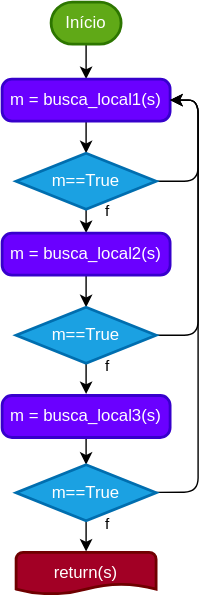
Before: images/VND.drawio.svg, a diagram exported from draw.io (spideryzarc/OCM). Source tidied: cells renumbered, new cells last; positions are measured from the earlier drawing's top-left corner, leaving out a move shared by most shapes. Its diagram source:
```xml
<mxGraphModel>
  <root>
    <mxCell id="0" />
    <mxCell id="1" parent="0" />
    <mxCell id="2" style="edgeStyle=none;html=1;entryX=0.5;entryY=0;entryDx=0;entryDy=0;" parent="1" edge="1" source="3" target="5">
      <mxGeometry relative="1" as="geometry" />
    </mxCell>
    <mxCell id="3" value="Início" style="strokeWidth=2;html=1;shape=mxgraph.flowchart.terminator;whiteSpace=wrap;fillColor=#60a917;fontColor=#ffffff;strokeColor=#2D7600;" parent="1" vertex="1">
      <mxGeometry x="35" width="50" height="30" as="geometry" />
    </mxCell>
    <mxCell id="4" style="edgeStyle=none;html=1;entryX=0.5;entryY=0;entryDx=0;entryDy=0;entryPerimeter=0;" parent="1" edge="1" source="5" target="8">
      <mxGeometry relative="1" as="geometry" />
    </mxCell>
    <mxCell id="5" value="m = busca_local1(s)" style="rounded=1;whiteSpace=wrap;html=1;absoluteArcSize=1;arcSize=14;strokeWidth=2;fillColor=#6a00ff;fontColor=#ffffff;strokeColor=#3700CC;" parent="1" vertex="1">
      <mxGeometry y="55" width="120" height="30" as="geometry" />
    </mxCell>
    <mxCell id="6" value="f" style="edgeStyle=none;html=1;" parent="1" edge="1" source="8" target="11">
      <mxGeometry x="-0.82" y="15" relative="1" as="geometry" />
    </mxCell>
    <mxCell id="7" style="edgeStyle=none;html=1;entryX=1;entryY=0.5;entryDx=0;entryDy=0;" parent="1" edge="1" source="8" target="5">
      <mxGeometry relative="1" as="geometry">
        <Array as="points">
          <mxPoint x="140" y="128" />
          <mxPoint x="140" y="70" />
        </Array>
      </mxGeometry>
    </mxCell>
    <mxCell id="8" value="m==True" style="strokeWidth=2;html=1;shape=mxgraph.flowchart.decision;whiteSpace=wrap;fillColor=#1ba1e2;fontColor=#ffffff;strokeColor=#006EAF;" parent="1" vertex="1">
      <mxGeometry x="10" y="108" width="100" height="40" as="geometry" />
    </mxCell>
    <mxCell id="9" value="return(s)" style="strokeWidth=2;html=1;shape=mxgraph.flowchart.document2;whiteSpace=wrap;size=0.25;fillColor=#a20025;fontColor=#ffffff;strokeColor=#6F0000;" parent="1" vertex="1">
      <mxGeometry x="10" y="393" width="100" height="30" as="geometry" />
    </mxCell>
    <mxCell id="10" style="edgeStyle=none;html=1;entryX=0.5;entryY=0;entryDx=0;entryDy=0;entryPerimeter=0;" parent="1" edge="1" source="11" target="14">
      <mxGeometry relative="1" as="geometry" />
    </mxCell>
    <mxCell id="11" value="m = busca_local2(s)" style="rounded=1;whiteSpace=wrap;html=1;absoluteArcSize=1;arcSize=14;strokeWidth=2;fillColor=#6a00ff;fontColor=#ffffff;strokeColor=#3700CC;" parent="1" vertex="1">
      <mxGeometry y="165" width="120" height="30" as="geometry" />
    </mxCell>
    <mxCell id="12" value="f" style="edgeStyle=none;html=1;" parent="1" edge="1" source="14">
      <mxGeometry x="-0.82" y="15" relative="1" as="geometry">
        <mxPoint x="60" y="280" as="targetPoint" />
      </mxGeometry>
    </mxCell>
    <mxCell id="13" style="edgeStyle=none;html=1;" parent="1" edge="1" source="14">
      <mxGeometry relative="1" as="geometry">
        <mxPoint x="120" y="70" as="targetPoint" />
        <Array as="points">
          <mxPoint x="140" y="238" />
          <mxPoint x="140" y="70" />
        </Array>
      </mxGeometry>
    </mxCell>
    <mxCell id="14" value="m==True" style="strokeWidth=2;html=1;shape=mxgraph.flowchart.decision;whiteSpace=wrap;fillColor=#1ba1e2;fontColor=#ffffff;strokeColor=#006EAF;" parent="1" vertex="1">
      <mxGeometry x="10" y="218" width="100" height="40" as="geometry" />
    </mxCell>
    <mxCell id="15" style="edgeStyle=none;html=1;entryX=0.5;entryY=0;entryDx=0;entryDy=0;entryPerimeter=0;" parent="1" edge="1" source="16" target="19">
      <mxGeometry relative="1" as="geometry" />
    </mxCell>
    <mxCell id="16" value="m = busca_local3(s)" style="rounded=1;whiteSpace=wrap;html=1;absoluteArcSize=1;arcSize=14;strokeWidth=2;fillColor=#6a00ff;fontColor=#ffffff;strokeColor=#3700CC;" parent="1" vertex="1">
      <mxGeometry y="281" width="120" height="30" as="geometry" />
    </mxCell>
    <mxCell id="17" value="f" style="edgeStyle=none;html=1;" parent="1" edge="1" source="19">
      <mxGeometry x="-0.82" y="15" relative="1" as="geometry">
        <mxPoint x="60" y="392.5" as="targetPoint" />
      </mxGeometry>
    </mxCell>
    <mxCell id="18" style="edgeStyle=none;html=1;entryX=1;entryY=0.5;entryDx=0;entryDy=0;" parent="1" edge="1" source="19" target="5">
      <mxGeometry relative="1" as="geometry">
        <Array as="points">
          <mxPoint x="140" y="350" />
          <mxPoint x="140" y="70" />
        </Array>
      </mxGeometry>
    </mxCell>
    <mxCell id="19" value="m==True" style="strokeWidth=2;html=1;shape=mxgraph.flowchart.decision;whiteSpace=wrap;fillColor=#1ba1e2;fontColor=#ffffff;strokeColor=#006EAF;" parent="1" vertex="1">
      <mxGeometry x="10" y="330.5" width="100" height="40" as="geometry" />
    </mxCell>
  </root>
</mxGraphModel>
```
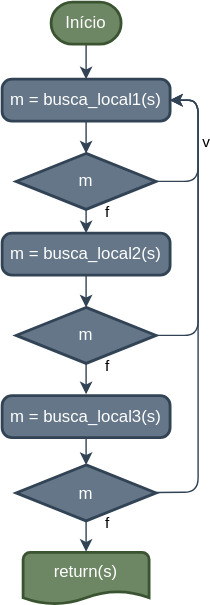
Above is the later version.

Commit message:
Atualizar introducao.md com diagrama e tamanho de imagem atualizados

The edit, as a diff of the source:
```diff
@@ -2,47 +2,47 @@
   <root>
     <mxCell id="0" />
     <mxCell id="1" parent="0" />
-    <mxCell id="2" style="edgeStyle=none;html=1;entryX=0.5;entryY=0;entryDx=0;entryDy=0;" parent="1" edge="1" source="3" target="5">
+    <mxCell id="2" style="edgeStyle=none;html=1;entryX=0.5;entryY=0;entryDx=0;entryDy=0;fillColor=#647687;strokeColor=#314354;" parent="1" edge="1" source="3" target="5">
       <mxGeometry relative="1" as="geometry" />
     </mxCell>
-    <mxCell id="3" value="Início" style="strokeWidth=2;html=1;shape=mxgraph.flowchart.terminator;whiteSpace=wrap;fillColor=#60a917;fontColor=#ffffff;strokeColor=#2D7600;" parent="1" vertex="1">
+    <mxCell id="3" value="Início" style="strokeWidth=2;html=1;shape=mxgraph.flowchart.terminator;whiteSpace=wrap;fillColor=#6d8764;fontColor=#ffffff;strokeColor=#3A5431;" parent="1" vertex="1">
       <mxGeometry x="35" width="50" height="30" as="geometry" />
     </mxCell>
-    <mxCell id="4" style="edgeStyle=none;html=1;entryX=0.5;entryY=0;entryDx=0;entryDy=0;entryPerimeter=0;" parent="1" edge="1" source="5" target="8">
+    <mxCell id="4" style="edgeStyle=none;html=1;entryX=0.5;entryY=0;entryDx=0;entryDy=0;entryPerimeter=0;fillColor=#647687;strokeColor=#314354;" parent="1" edge="1" source="5" target="8">
       <mxGeometry relative="1" as="geometry" />
     </mxCell>
-    <mxCell id="5" value="m = busca_local1(s)" style="rounded=1;whiteSpace=wrap;html=1;absoluteArcSize=1;arcSize=14;strokeWidth=2;fillColor=#6a00ff;fontColor=#ffffff;strokeColor=#3700CC;" parent="1" vertex="1">
+    <mxCell id="5" value="m = busca_local1(s)" style="rounded=1;whiteSpace=wrap;html=1;absoluteArcSize=1;arcSize=14;strokeWidth=2;fillColor=#647687;fontColor=#ffffff;strokeColor=#314354;" parent="1" vertex="1">
       <mxGeometry y="55" width="120" height="30" as="geometry" />
     </mxCell>
-    <mxCell id="6" value="f" style="edgeStyle=none;html=1;" parent="1" edge="1" source="8" target="11">
+    <mxCell id="6" value="f" style="edgeStyle=none;html=1;fillColor=#647687;strokeColor=#314354;" parent="1" edge="1" source="8" target="11">
       <mxGeometry x="-0.82" y="15" relative="1" as="geometry" />
     </mxCell>
-    <mxCell id="7" style="edgeStyle=none;html=1;entryX=1;entryY=0.5;entryDx=0;entryDy=0;" parent="1" edge="1" source="8" target="5">
-      <mxGeometry relative="1" as="geometry">
+    <mxCell id="7" value="v" style="edgeStyle=none;html=1;entryX=1;entryY=0.5;entryDx=0;entryDy=0;fillColor=#647687;strokeColor=#314354;labelPosition=left;verticalLabelPosition=middle;align=right;verticalAlign=middle;" parent="1" edge="1" source="8" target="5">
+      <mxGeometry x="0.07" y="-10" relative="1" as="geometry">
         <Array as="points">
           <mxPoint x="140" y="128" />
           <mxPoint x="140" y="70" />
         </Array>
       </mxGeometry>
     </mxCell>
-    <mxCell id="8" value="m==True" style="strokeWidth=2;html=1;shape=mxgraph.flowchart.decision;whiteSpace=wrap;fillColor=#1ba1e2;fontColor=#ffffff;strokeColor=#006EAF;" parent="1" vertex="1">
+    <mxCell id="8" value="m" style="strokeWidth=2;html=1;shape=mxgraph.flowchart.decision;whiteSpace=wrap;fillColor=#647687;fontColor=#ffffff;strokeColor=#314354;" parent="1" vertex="1">
       <mxGeometry x="10" y="108" width="100" height="40" as="geometry" />
     </mxCell>
-    <mxCell id="9" value="return(s)" style="strokeWidth=2;html=1;shape=mxgraph.flowchart.document2;whiteSpace=wrap;size=0.25;fillColor=#a20025;fontColor=#ffffff;strokeColor=#6F0000;" parent="1" vertex="1">
-      <mxGeometry x="10" y="393" width="100" height="30" as="geometry" />
+    <mxCell id="9" value="return(s)" style="strokeWidth=2;html=1;shape=mxgraph.flowchart.document2;whiteSpace=wrap;size=0.25;fillColor=#6d8764;fontColor=#ffffff;strokeColor=#3A5431;verticalAlign=top;labelPosition=center;verticalLabelPosition=middle;align=center;" parent="1" vertex="1">
+      <mxGeometry x="15" y="393" width="90" height="37" as="geometry" />
     </mxCell>
-    <mxCell id="10" style="edgeStyle=none;html=1;entryX=0.5;entryY=0;entryDx=0;entryDy=0;entryPerimeter=0;" parent="1" edge="1" source="11" target="14">
+    <mxCell id="10" style="edgeStyle=none;html=1;entryX=0.5;entryY=0;entryDx=0;entryDy=0;entryPerimeter=0;fillColor=#647687;strokeColor=#314354;" parent="1" edge="1" source="11" target="14">
       <mxGeometry relative="1" as="geometry" />
     </mxCell>
-    <mxCell id="11" value="m = busca_local2(s)" style="rounded=1;whiteSpace=wrap;html=1;absoluteArcSize=1;arcSize=14;strokeWidth=2;fillColor=#6a00ff;fontColor=#ffffff;strokeColor=#3700CC;" parent="1" vertex="1">
+    <mxCell id="11" value="m = busca_local2(s)" style="rounded=1;whiteSpace=wrap;html=1;absoluteArcSize=1;arcSize=14;strokeWidth=2;fillColor=#647687;fontColor=#ffffff;strokeColor=#314354;" parent="1" vertex="1">
       <mxGeometry y="165" width="120" height="30" as="geometry" />
     </mxCell>
-    <mxCell id="12" value="f" style="edgeStyle=none;html=1;" parent="1" edge="1" source="14">
+    <mxCell id="12" value="f" style="edgeStyle=none;html=1;fillColor=#647687;strokeColor=#314354;" parent="1" edge="1" source="14">
       <mxGeometry x="-0.82" y="15" relative="1" as="geometry">
         <mxPoint x="60" y="280" as="targetPoint" />
       </mxGeometry>
     </mxCell>
-    <mxCell id="13" style="edgeStyle=none;html=1;" parent="1" edge="1" source="14">
+    <mxCell id="13" style="edgeStyle=none;html=1;fillColor=#647687;strokeColor=#314354;" parent="1" edge="1" source="14">
       <mxGeometry relative="1" as="geometry">
         <mxPoint x="120" y="70" as="targetPoint" />
         <Array as="points">
@@ -51,21 +51,21 @@
         </Array>
       </mxGeometry>
     </mxCell>
-    <mxCell id="14" value="m==True" style="strokeWidth=2;html=1;shape=mxgraph.flowchart.decision;whiteSpace=wrap;fillColor=#1ba1e2;fontColor=#ffffff;strokeColor=#006EAF;" parent="1" vertex="1">
+    <mxCell id="14" value="m" style="strokeWidth=2;html=1;shape=mxgraph.flowchart.decision;whiteSpace=wrap;fillColor=#647687;fontColor=#ffffff;strokeColor=#314354;" parent="1" vertex="1">
       <mxGeometry x="10" y="218" width="100" height="40" as="geometry" />
     </mxCell>
-    <mxCell id="15" style="edgeStyle=none;html=1;entryX=0.5;entryY=0;entryDx=0;entryDy=0;entryPerimeter=0;" parent="1" edge="1" source="16" target="19">
+    <mxCell id="15" style="edgeStyle=none;html=1;entryX=0.5;entryY=0;entryDx=0;entryDy=0;entryPerimeter=0;fillColor=#647687;strokeColor=#314354;" parent="1" edge="1" source="16" target="19">
       <mxGeometry relative="1" as="geometry" />
     </mxCell>
-    <mxCell id="16" value="m = busca_local3(s)" style="rounded=1;whiteSpace=wrap;html=1;absoluteArcSize=1;arcSize=14;strokeWidth=2;fillColor=#6a00ff;fontColor=#ffffff;strokeColor=#3700CC;" parent="1" vertex="1">
+    <mxCell id="16" value="m = busca_local3(s)" style="rounded=1;whiteSpace=wrap;html=1;absoluteArcSize=1;arcSize=14;strokeWidth=2;fillColor=#647687;fontColor=#ffffff;strokeColor=#314354;" parent="1" vertex="1">
       <mxGeometry y="281" width="120" height="30" as="geometry" />
     </mxCell>
-    <mxCell id="17" value="f" style="edgeStyle=none;html=1;" parent="1" edge="1" source="19">
+    <mxCell id="17" value="f" style="edgeStyle=none;html=1;fillColor=#647687;strokeColor=#314354;" parent="1" edge="1" source="19">
       <mxGeometry x="-0.82" y="15" relative="1" as="geometry">
         <mxPoint x="60" y="392.5" as="targetPoint" />
       </mxGeometry>
     </mxCell>
-    <mxCell id="18" style="edgeStyle=none;html=1;entryX=1;entryY=0.5;entryDx=0;entryDy=0;" parent="1" edge="1" source="19" target="5">
+    <mxCell id="18" style="edgeStyle=none;html=1;entryX=1;entryY=0.5;entryDx=0;entryDy=0;fillColor=#647687;strokeColor=#314354;" parent="1" edge="1" source="19" target="5">
       <mxGeometry relative="1" as="geometry">
         <Array as="points">
           <mxPoint x="140" y="350" />
@@ -73,7 +73,7 @@
         </Array>
       </mxGeometry>
     </mxCell>
-    <mxCell id="19" value="m==True" style="strokeWidth=2;html=1;shape=mxgraph.flowchart.decision;whiteSpace=wrap;fillColor=#1ba1e2;fontColor=#ffffff;strokeColor=#006EAF;" parent="1" vertex="1">
+    <mxCell id="19" value="m" style="strokeWidth=2;html=1;shape=mxgraph.flowchart.decision;whiteSpace=wrap;fillColor=#647687;fontColor=#ffffff;strokeColor=#314354;" parent="1" vertex="1">
       <mxGeometry x="10" y="330.5" width="100" height="40" as="geometry" />
     </mxCell>
   </root>
```
